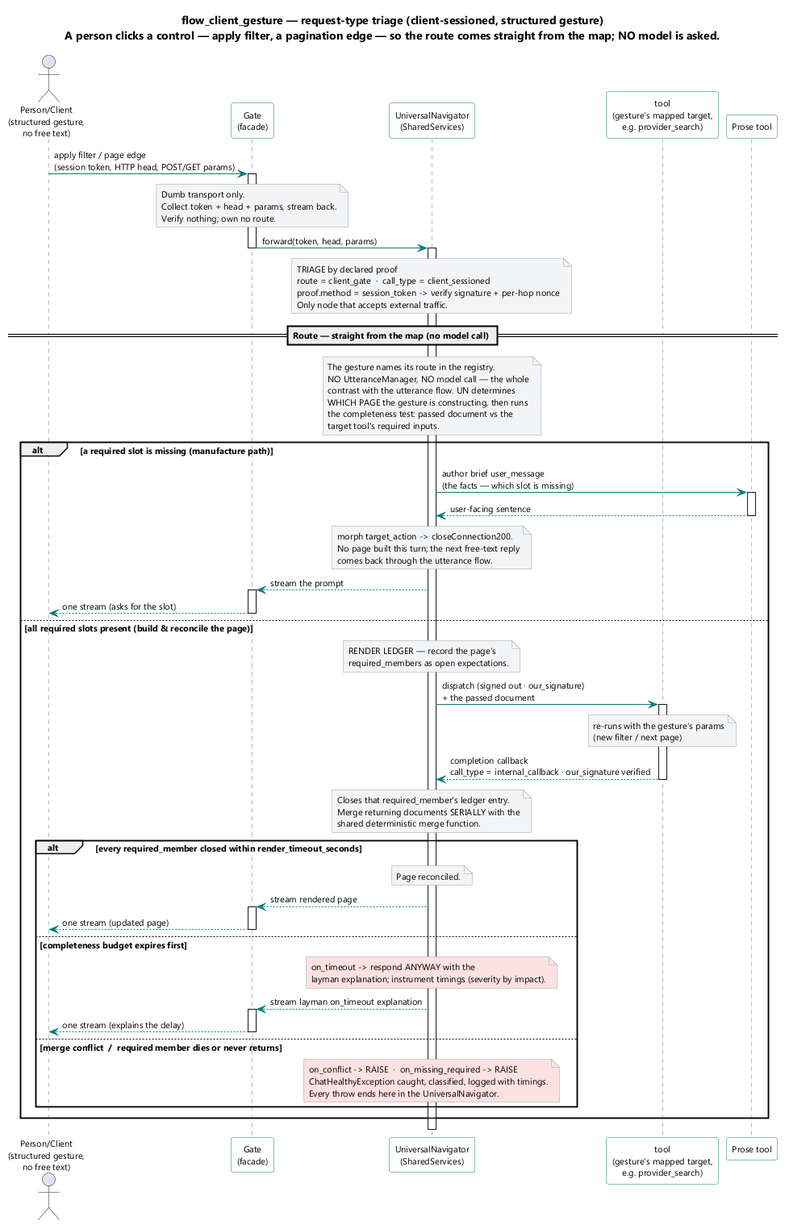
The PlantUML diagram brain/machine_artifacts/diagramsAndImages/rendered/flow_client_gesture.png in SkipSnow/ChatHealthyRepo, before a commit.
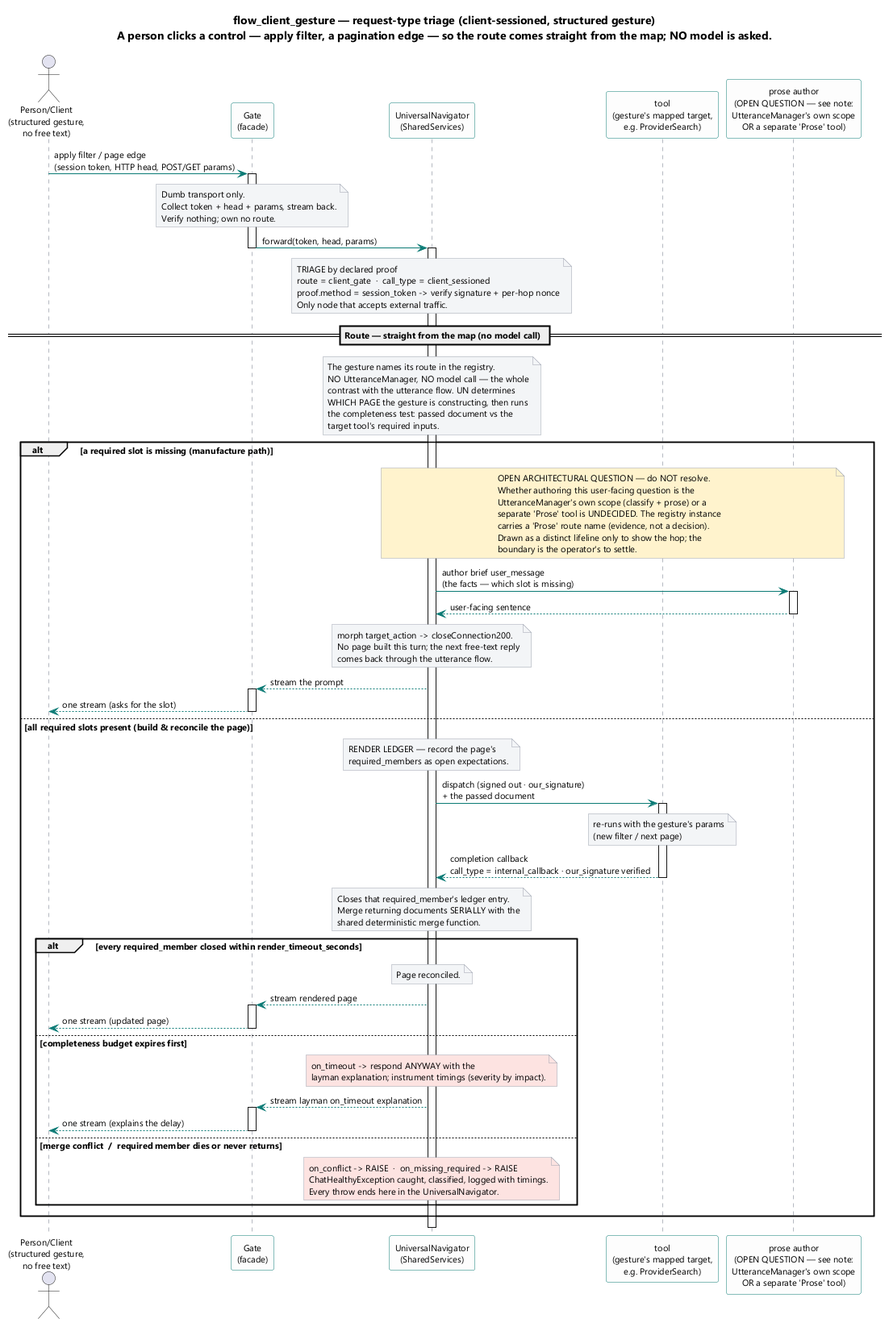
The same diagram one commit later.

Change to the diagram source:
```diff
@@ -14,8 +14,8 @@
 actor "Person/Client\n(structured gesture,\nno free text)" as Client
 participant "Gate\n(facade)" as Gate
 participant "UniversalNavigator\n(SharedServices)" as UN
-participant "tool\n(gesture's mapped target,\ne.g. provider_search)" as Tool
-participant "Prose tool" as Prose
+participant "tool\n(gesture's mapped target,\ne.g. ProviderSearch)" as Tool
+participant "prose author\n(OPEN QUESTION — see note:\nUtteranceManager's own scope\nOR a separate 'Prose' tool)" as Prose
 
 Client -> Gate : apply filter / page edge\n(session token, HTTP head, POST/GET params)
 activate Gate
@@ -30,6 +30,7 @@
 note over UN : The gesture names its route in the registry.\nNO UtteranceManager, NO model call — the whole\ncontrast with the utterance flow. UN determines\nWHICH PAGE the gesture is constructing, then runs\nthe completeness test: passed document vs the\ntarget tool's required inputs.
 
 alt a required slot is missing (manufacture path)
+  note over UN, Prose #fff3cd : OPEN ARCHITECTURAL QUESTION — do NOT resolve.\nWhether authoring this user-facing question is the\nUtteranceManager's own scope (classify + prose) or a\nseparate 'Prose' tool is UNDECIDED. The registry instance\ncarries a 'Prose' route name (evidence, not a decision).\nDrawn as a distinct lifeline only to show the hop; the\nboundary is the operator's to settle.
   UN -> Prose : author brief user_message\n(the facts — which slot is missing)
   activate Prose
   Prose --> UN : user-facing sentence
```
